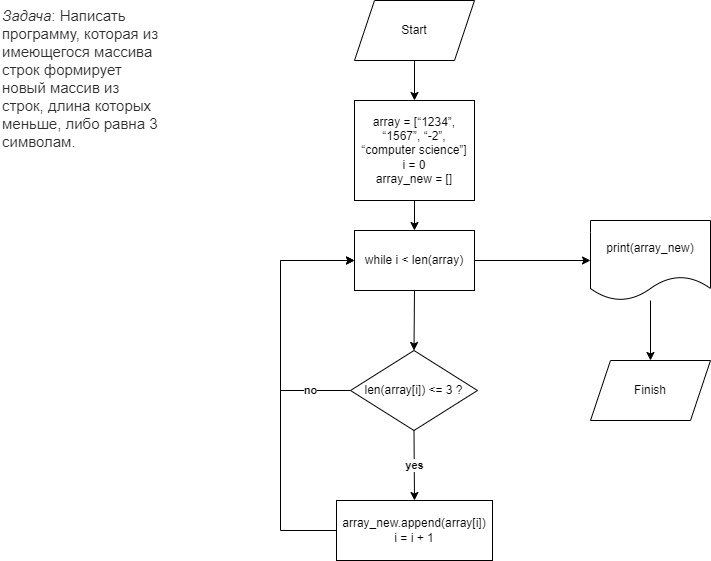
Above: FinalExamDiagram.png in Piktcher/FinalIntroExam (draw.io), before the change. Source tidied: cells renumbered, new cells last; positions are measured from the earlier drawing's top-left corner, leaving out a move shared by most shapes. Source of this version:
```xml
<mxGraphModel>
  <root>
    <mxCell id="0" />
    <mxCell id="1" parent="0" />
    <mxCell id="2" value="&lt;em style=&quot;box-sizing: border-box; color: rgb(44, 45, 48); font-family: Roboto, &amp;quot;San Francisco&amp;quot;, &amp;quot;Helvetica Neue&amp;quot;, Helvetica, Arial; font-size: 15px; font-variant-ligatures: normal; font-variant-caps: normal; font-weight: 400; letter-spacing: normal; orphans: 2; text-align: start; text-indent: 0px; text-transform: none; widows: 2; word-spacing: 0px; -webkit-text-stroke-width: 0px; background-color: rgb(255, 255, 255); text-decoration-thickness: initial; text-decoration-style: initial; text-decoration-color: initial;&quot;&gt;Задача&lt;/em&gt;&lt;span style=&quot;color: rgb(44, 45, 48); font-family: Roboto, &amp;quot;San Francisco&amp;quot;, &amp;quot;Helvetica Neue&amp;quot;, Helvetica, Arial; font-size: 15px; font-style: normal; font-variant-ligatures: normal; font-variant-caps: normal; font-weight: 400; letter-spacing: normal; orphans: 2; text-align: start; text-indent: 0px; text-transform: none; widows: 2; word-spacing: 0px; -webkit-text-stroke-width: 0px; background-color: rgb(255, 255, 255); text-decoration-thickness: initial; text-decoration-style: initial; text-decoration-color: initial; float: none; display: inline !important;&quot;&gt;: Написать программу, которая из имеющегося массива строк формирует новый массив из строк, длина которых меньше, либо равна 3 символам.&lt;/span&gt;" style="text;whiteSpace=wrap;html=1;" parent="1" vertex="1">
      <mxGeometry width="160" height="140" as="geometry" />
    </mxCell>
    <mxCell id="3" value="Start" style="shape=parallelogram;perimeter=parallelogramPerimeter;whiteSpace=wrap;html=1;fixedSize=1;" parent="1" vertex="1">
      <mxGeometry x="354" width="120" height="60" as="geometry" />
    </mxCell>
    <mxCell id="4" style="endArrow=classic;html=1;rounded=0;exitX=0.5;exitY=1;exitDx=0;exitDy=0;" parent="1" edge="1" source="3">
      <mxGeometry relative="1" as="geometry">
        <mxPoint x="414" y="100" as="targetPoint" />
      </mxGeometry>
    </mxCell>
    <mxCell id="5" value="array = [“1234”, “1567”, “-2”, “computer science”]&lt;br&gt;i = 0&lt;br&gt;array_new = []" style="rounded=0;whiteSpace=wrap;html=1;" parent="1" vertex="1">
      <mxGeometry x="354" y="100" width="120" height="100" as="geometry" />
    </mxCell>
    <mxCell id="6" style="edgeStyle=orthogonalEdgeStyle;rounded=0;jettySize=auto;html=1;entryX=0;entryY=0.5;entryDx=0;entryDy=0;" parent="1" edge="1" source="7" target="16">
      <mxGeometry relative="1" as="geometry" />
    </mxCell>
    <mxCell id="7" value="while i &amp;lt; len(array)" style="rounded=0;whiteSpace=wrap;html=1;" parent="1" vertex="1">
      <mxGeometry x="354" y="230" width="120" height="60" as="geometry" />
    </mxCell>
    <mxCell id="8" value="no" style="edgeStyle=orthogonalEdgeStyle;rounded=0;jettySize=auto;html=1;exitX=0;exitY=0.5;exitDx=0;exitDy=0;entryX=0;entryY=0.5;entryDx=0;entryDy=0;fontStyle=1;" parent="1" edge="1" source="9" target="7">
      <mxGeometry x="-0.71" relative="1" as="geometry">
        <Array as="points">
          <mxPoint x="280" y="390" />
          <mxPoint x="280" y="260" />
        </Array>
      </mxGeometry>
    </mxCell>
    <mxCell id="9" value="len(array[i]) &amp;lt;= 3 ?" style="rhombus;whiteSpace=wrap;html=1;" parent="1" vertex="1">
      <mxGeometry x="350" y="350" width="127" height="80" as="geometry" />
    </mxCell>
    <mxCell id="10" value="yes" style="endArrow=classic;html=1;rounded=0;exitX=0.5;exitY=1;exitDx=0;exitDy=0;entryX=0.5;entryY=0;entryDx=0;entryDy=0;fontStyle=1;" parent="1" edge="1" source="9" target="14">
      <mxGeometry relative="1" as="geometry" />
    </mxCell>
    <mxCell id="11" style="endArrow=classic;html=1;rounded=0;exitX=0.5;exitY=1;exitDx=0;exitDy=0;entryX=0.5;entryY=0;entryDx=0;entryDy=0;" parent="1" edge="1" source="5" target="7">
      <mxGeometry relative="1" as="geometry" />
    </mxCell>
    <mxCell id="12" style="endArrow=classic;html=1;rounded=0;exitX=0.5;exitY=1;exitDx=0;exitDy=0;entryX=0.5;entryY=0;entryDx=0;entryDy=0;" parent="1" edge="1" source="7" target="9">
      <mxGeometry relative="1" as="geometry" />
    </mxCell>
    <mxCell id="13" style="edgeStyle=orthogonalEdgeStyle;rounded=0;jettySize=auto;html=1;entryX=0;entryY=0.5;entryDx=0;entryDy=0;" parent="1" edge="1" source="14" target="7">
      <mxGeometry relative="1" as="geometry">
        <Array as="points">
          <mxPoint x="280" y="530" />
          <mxPoint x="280" y="260" />
        </Array>
      </mxGeometry>
    </mxCell>
    <mxCell id="14" value="array_new.append(array[i])&lt;br&gt;i = i + 1" style="rounded=0;whiteSpace=wrap;html=1;" parent="1" vertex="1">
      <mxGeometry x="336" y="500" width="156" height="60" as="geometry" />
    </mxCell>
    <mxCell id="15" style="edgeStyle=orthogonalEdgeStyle;rounded=0;jettySize=auto;html=1;entryX=0.5;entryY=0;entryDx=0;entryDy=0;" parent="1" edge="1" source="16" target="17">
      <mxGeometry relative="1" as="geometry" />
    </mxCell>
    <mxCell id="16" value="print(array_new)" style="shape=document;whiteSpace=wrap;html=1;boundedLbl=1;" parent="1" vertex="1">
      <mxGeometry x="590" y="220" width="120" height="80" as="geometry" />
    </mxCell>
    <mxCell id="17" value="Finish" style="shape=parallelogram;perimeter=parallelogramPerimeter;whiteSpace=wrap;html=1;fixedSize=1;" parent="1" vertex="1">
      <mxGeometry x="590" y="360" width="120" height="60" as="geometry" />
    </mxCell>
  </root>
</mxGraphModel>
```
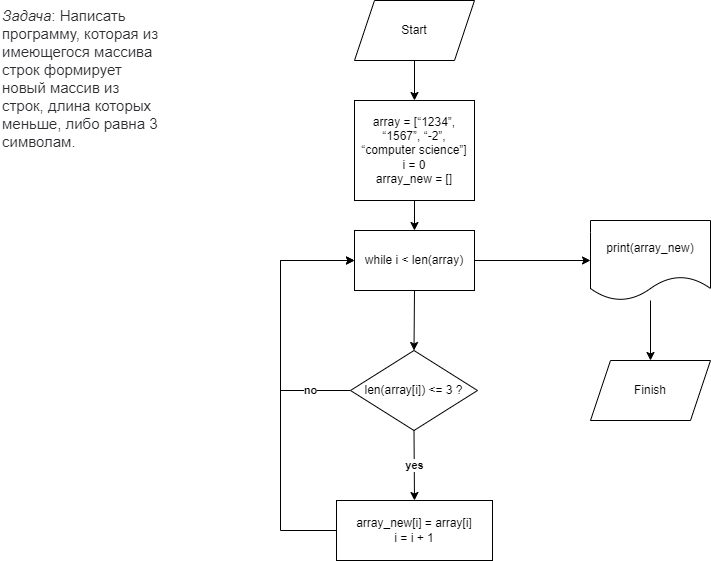
After the commit.

Commit message:
Changed the solution in the diagram and added basic formating to Readme file

The edit, as a diff of the source:
```diff
@@ -50,7 +50,7 @@
         </Array>
       </mxGeometry>
     </mxCell>
-    <mxCell id="14" value="array_new.append(array[i])&lt;br&gt;i = i + 1" style="rounded=0;whiteSpace=wrap;html=1;" parent="1" vertex="1">
+    <mxCell id="14" value="array_new[i] = array[i]&lt;br&gt;i = i + 1" style="rounded=0;whiteSpace=wrap;html=1;" parent="1" vertex="1">
       <mxGeometry x="336" y="500" width="156" height="60" as="geometry" />
     </mxCell>
     <mxCell id="15" style="edgeStyle=orthogonalEdgeStyle;rounded=0;jettySize=auto;html=1;entryX=0.5;entryY=0;entryDx=0;entryDy=0;" parent="1" edge="1" source="16" target="17">
```
